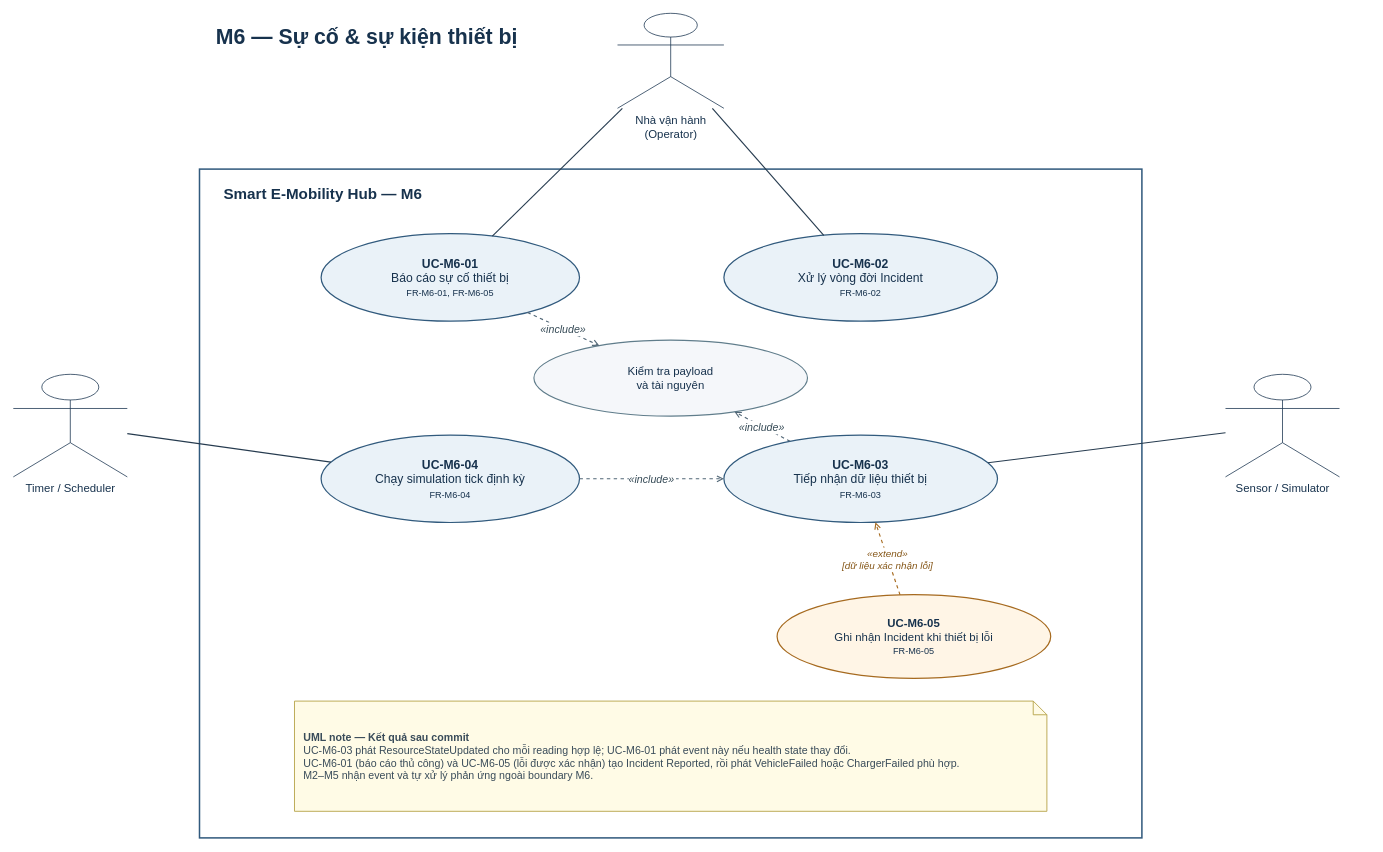
Jennie3306/smart-emobility-hub keeps this draw.io diagram as docs/architecture/m6_use_case.drawio. Above is the earlier version. Source tidied: cells renumbered, new cells numbered last; positions are measured from the earlier drawing's top-left corner, leaving out a move shared by most shapes. Both pictures are drawn from the tidied source at 76%, with x=0, y=0 at pixel (13, 13).
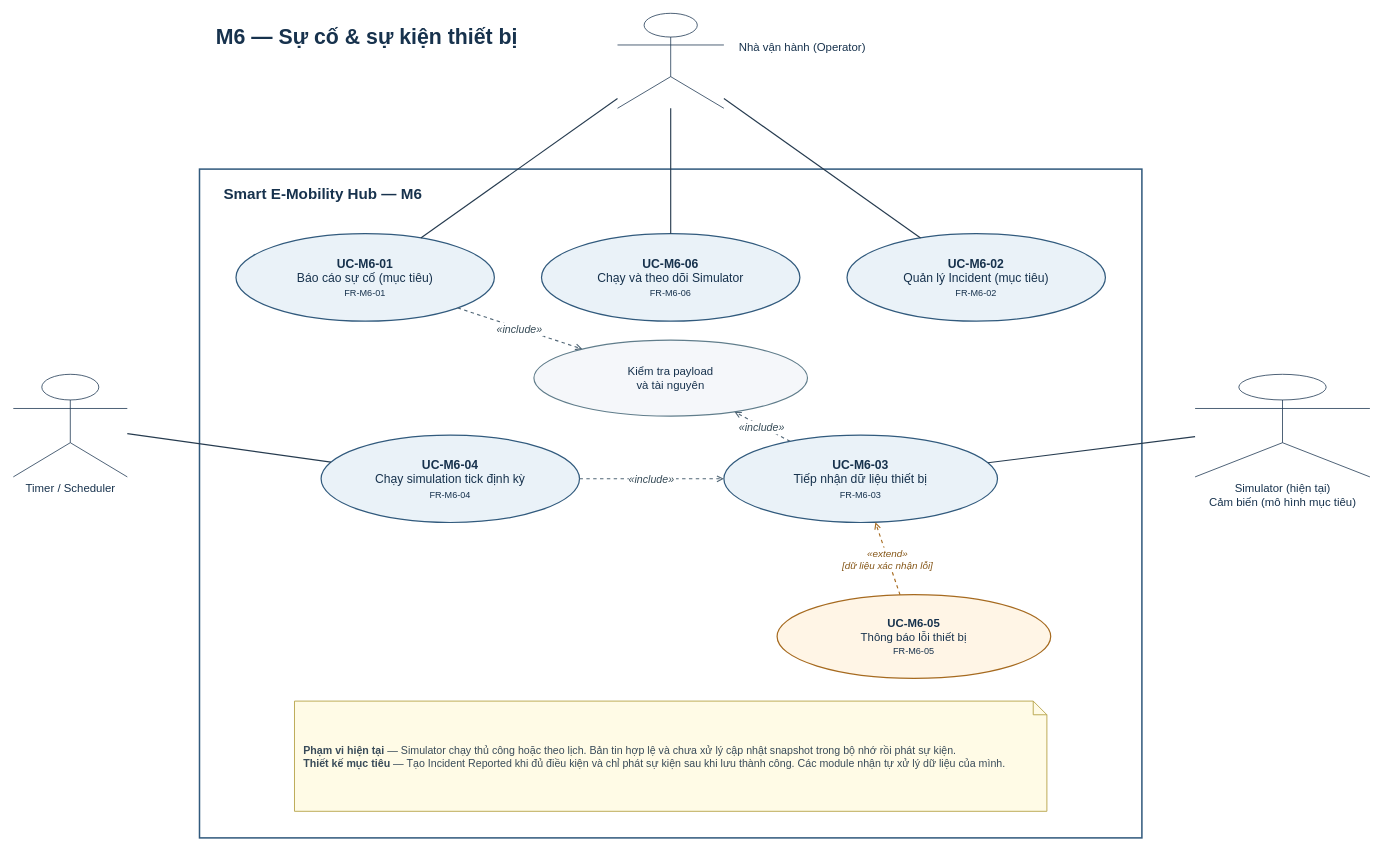
After the change.

The edit, as a diff of the source:
```diff
@@
-    <mxCell id="5" value="Nhà vận hành&#10;(Operator)" style="shape=umlActor;verticalLabelPosition=bottom;verticalAlign=top;html=1;outlineConnect=0;fontSize=15;fontColor=#17324D;strokeColor=#17324D;fillColor=#FFFFFF;" parent="1" vertex="1">
+    <mxCell id="5" style="shape=umlActor;verticalLabelPosition=bottom;verticalAlign=top;html=1;outlineConnect=0;fontSize=15;fontColor=#17324D;strokeColor=#17324D;fillColor=#FFFFFF;" parent="1" vertex="1">
       <mxGeometry x="795" width="140" height="125" as="geometry" />
     </mxCell>
@@
-    <mxCell id="7" value="Sensor / Simulator" style="shape=umlActor;verticalLabelPosition=bottom;verticalAlign=top;html=1;outlineConnect=0;fontSize=15;fontColor=#17324D;strokeColor=#17324D;fillColor=#FFFFFF;" parent="1" vertex="1">
-      <mxGeometry x="1595" y="475" width="150" height="135" as="geometry" />
+    <mxCell id="7" value="Simulator (hiện tại)&lt;br&gt;Cảm biến (mô hình mục tiêu)" style="shape=umlActor;verticalLabelPosition=bottom;verticalAlign=top;html=1;outlineConnect=0;fontSize=15;fontColor=#17324D;strokeColor=#17324D;fillColor=#FFFFFF;" parent="1" vertex="1">
+      <mxGeometry x="1555" y="475" width="230" height="135" as="geometry" />
     </mxCell>
-    <mxCell id="8" value="&lt;b&gt;UC-M6-01&lt;/b&gt;&lt;br&gt;Báo cáo sự cố thiết bị&lt;br&gt;&lt;font style=&quot;font-size:12px&quot;&gt;FR-M6-01, FR-M6-05&lt;/font&gt;" style="ellipse;whiteSpace=wrap;html=1;fillColor=#EAF2F8;strokeColor=#315A7D;strokeWidth=1.6;fontColor=#17324D;fontSize=16;align=center;verticalAlign=middle;spacing=10;" parent="1" vertex="1">
-      <mxGeometry x="405" y="290" width="340" height="115" as="geometry" />
+    <mxCell id="8" value="&lt;b&gt;UC-M6-01&lt;/b&gt;&lt;br&gt;Báo cáo sự cố (mục tiêu)&lt;br&gt;&lt;font style=&quot;font-size:12px&quot;&gt;FR-M6-01&lt;/font&gt;" style="ellipse;whiteSpace=wrap;html=1;fillColor=#EAF2F8;strokeColor=#315A7D;strokeWidth=1.6;fontColor=#17324D;fontSize=16;align=center;verticalAlign=middle;spacing=10;" parent="1" vertex="1">
+      <mxGeometry x="293" y="290" width="340" height="115" as="geometry" />
     </mxCell>
-    <mxCell id="9" value="&lt;b&gt;UC-M6-02&lt;/b&gt;&lt;br&gt;Xử lý vòng đời Incident&lt;br&gt;&lt;font style=&quot;font-size:12px&quot;&gt;FR-M6-02&lt;/font&gt;" style="ellipse;whiteSpace=wrap;html=1;fillColor=#EAF2F8;strokeColor=#315A7D;strokeWidth=1.6;fontColor=#17324D;fontSize=16;align=center;verticalAlign=middle;spacing=10;" parent="1" vertex="1">
-      <mxGeometry x="935" y="290" width="360" height="115" as="geometry" />
+    <mxCell id="9" value="&lt;b&gt;UC-M6-02&lt;/b&gt;&lt;br&gt;Quản lý Incident (mục tiêu)&lt;br&gt;&lt;font style=&quot;font-size:12px&quot;&gt;FR-M6-02&lt;/font&gt;" style="ellipse;whiteSpace=wrap;html=1;fillColor=#EAF2F8;strokeColor=#315A7D;strokeWidth=1.6;fontColor=#17324D;fontSize=16;align=center;verticalAlign=middle;spacing=10;" parent="1" vertex="1">
+      <mxGeometry x="1097" y="290" width="340" height="115" as="geometry" />
     </mxCell>
+    <mxCell id="23" value="&lt;b&gt;UC-M6-06&lt;/b&gt;&lt;br&gt;Chạy và theo dõi Simulator&lt;br&gt;&lt;font style=&quot;font-size:12px&quot;&gt;FR-M6-06&lt;/font&gt;" style="ellipse;whiteSpace=wrap;html=1;fillColor=#EAF2F8;strokeColor=#315A7D;strokeWidth=1.6;fontColor=#17324D;fontSize=16;align=center;verticalAlign=middle;spacing=10;" parent="1" vertex="1">
+      <mxGeometry x="695" y="290" width="340" height="115" as="geometry" />
+    </mxCell>
@@
-    <mxCell id="13" value="&lt;b&gt;UC-M6-05&lt;/b&gt;&lt;br&gt;Ghi nhận Incident khi thiết bị lỗi&lt;br&gt;&lt;font style=&quot;font-size:12px&quot;&gt;FR-M6-05&lt;/font&gt;" style="ellipse;whiteSpace=wrap;html=1;fillColor=#FFF5E6;strokeColor=#A66A1F;strokeWidth=1.6;fontColor=#17324D;fontSize=15;align=center;verticalAlign=middle;spacing=10;" parent="1" vertex="1">
+    <mxCell id="13" value="&lt;b&gt;UC-M6-05&lt;/b&gt;&lt;br&gt;Thông báo lỗi thiết bị&lt;br&gt;&lt;font style=&quot;font-size:12px&quot;&gt;FR-M6-05&lt;/font&gt;" style="ellipse;whiteSpace=wrap;html=1;fillColor=#FFF5E6;strokeColor=#A66A1F;strokeWidth=1.6;fontColor=#17324D;fontSize=15;align=center;verticalAlign=middle;spacing=10;" parent="1" vertex="1">
       <mxGeometry x="1005" y="765" width="360" height="110" as="geometry" />
     </mxCell>
-    <mxCell id="14" value="&lt;b&gt;UML note — Kết quả sau commit&lt;/b&gt;&lt;br&gt;UC-M6-03 phát ResourceStateUpdated cho mỗi reading hợp lệ; UC-M6-01 phát event này nếu health state thay đổi.&lt;br&gt;UC-M6-01 (báo cáo thủ công) và UC-M6-05 (lỗi được xác nhận) tạo Incident Reported, rồi phát VehicleFailed hoặc ChargerFailed phù hợp.&lt;br&gt;M2–M5 nhận event và tự xử lý phản ứng ngoài boundary M6." style="shape=note;whiteSpace=wrap;html=1;size=18;fillColor=#FFFBE6;strokeColor=#B7A44A;strokeWidth=1.2;fontColor=#394B59;fontSize=14;align=left;verticalAlign=middle;spacing=12;" parent="1" vertex="1">
+    <mxCell id="14" value="&lt;b&gt;Phạm vi hiện tại&lt;/b&gt; — Simulator chạy thủ công hoặc theo lịch. Bản tin hợp lệ và chưa xử lý cập nhật snapshot trong bộ nhớ rồi phát sự kiện.&lt;br&gt;&lt;b&gt;Thiết kế mục tiêu&lt;/b&gt; — Tạo Incident Reported khi đủ điều kiện và chỉ phát sự kiện sau khi lưu thành công. Các module nhận tự xử lý dữ liệu của mình." style="shape=note;whiteSpace=wrap;html=1;size=18;fillColor=#FFFBE6;strokeColor=#B7A44A;strokeWidth=1.2;fontColor=#394B59;fontSize=14;align=left;verticalAlign=middle;spacing=12;" parent="1" vertex="1">
       <mxGeometry x="370" y="905" width="990" height="145" as="geometry" />
     </mxCell>
@@
+    <mxCell id="24" style="endArrow=none;startArrow=none;strokeColor=#263B4F;strokeWidth=1.5;" parent="1" edge="1" source="5" target="23">
+      <mxGeometry relative="1" as="geometry" />
+    </mxCell>
+    <mxCell id="25" value="Nhà vận hành (Operator)" style="text;html=1;align=left;verticalAlign=middle;strokeColor=none;fillColor=none;fontFamily=Arial;fontSize=15;fontColor=#17324d;" parent="1" vertex="1">
+      <mxGeometry x="953" y="26" width="230" height="35" as="geometry" />
+    </mxCell>
```
